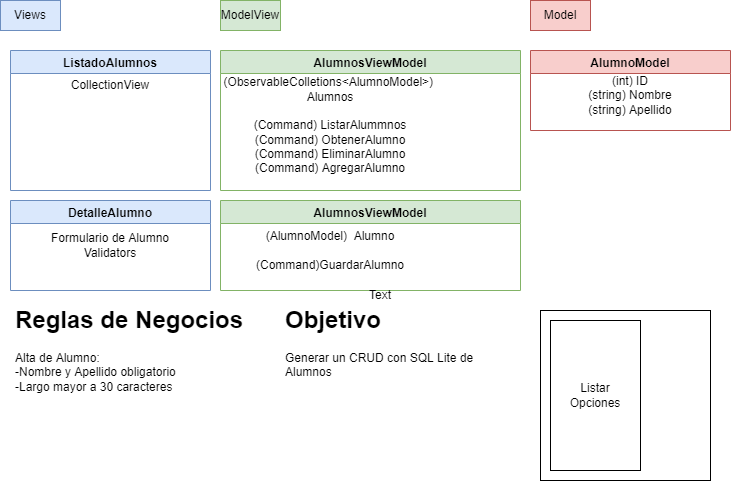
maurobernal/netmaui keeps this draw.io diagram as NetMAUI_Clase6_Crud_SQLLite/Diagram.drawio.png. Above is the earlier version. Source tidied: cells renumbered, new cells last; positions are measured from the earlier drawing's top-left corner, leaving out a move shared by most shapes.
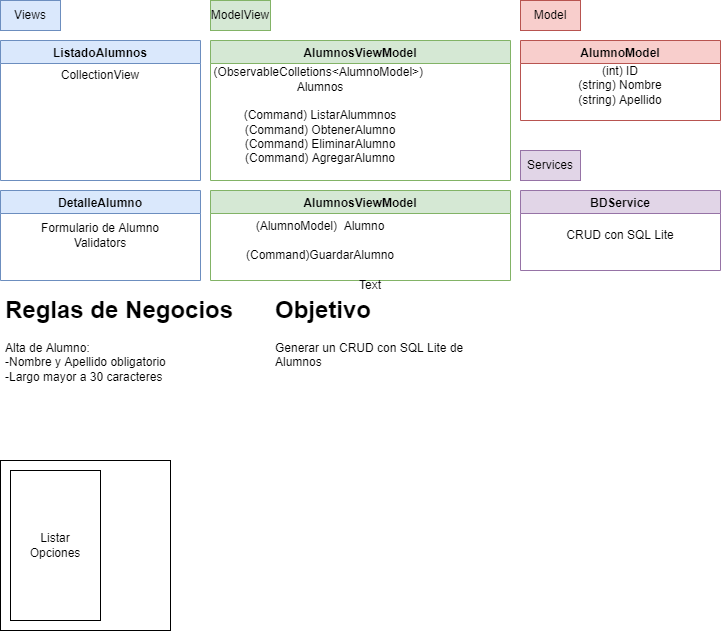
Later version of the same file.

Change to the diagram source:
```diff
@@ -15,13 +15,13 @@
       <mxGeometry x="20" y="20" width="180" height="110" as="geometry" />
     </mxCell>
     <mxCell id="6" value="Views" style="text;html=1;strokeColor=#6c8ebf;fillColor=#dae8fc;align=center;verticalAlign=middle;whiteSpace=wrap;rounded=0;" parent="1" vertex="1">
-      <mxGeometry width="60" height="30" as="geometry" />
+      <mxGeometry x="10" y="10" width="60" height="30" as="geometry" />
     </mxCell>
     <mxCell id="7" value="ModelView" style="text;html=1;strokeColor=#82b366;fillColor=#d5e8d4;align=center;verticalAlign=middle;whiteSpace=wrap;rounded=0;" parent="1" vertex="1">
-      <mxGeometry x="220" width="60" height="30" as="geometry" />
+      <mxGeometry x="220" y="10" width="60" height="30" as="geometry" />
     </mxCell>
     <mxCell id="8" value="Model" style="text;html=1;strokeColor=#b85450;fillColor=#f8cecc;align=center;verticalAlign=middle;whiteSpace=wrap;rounded=0;" parent="1" vertex="1">
-      <mxGeometry x="530" width="60" height="30" as="geometry" />
+      <mxGeometry x="530" y="10" width="60" height="30" as="geometry" />
     </mxCell>
     <mxCell id="9" value="AlumnoModel" style="swimlane;fillColor=#f8cecc;strokeColor=#b85450;" parent="1" vertex="1">
       <mxGeometry x="530" y="50" width="200" height="80" as="geometry" />
@@ -48,13 +48,22 @@
       <mxGeometry x="10" y="300" width="270" height="120" as="geometry" />
     </mxCell>
     <mxCell id="17" style="whiteSpace=wrap;html=1;" parent="1" vertex="1">
-      <mxGeometry x="540" y="310" width="170" height="170" as="geometry" />
+      <mxGeometry x="10" y="470" width="170" height="170" as="geometry" />
     </mxCell>
     <mxCell id="18" value="Listar&lt;br&gt;Opciones" style="rounded=0;whiteSpace=wrap;html=1;" parent="1" vertex="1">
-      <mxGeometry x="550" y="320" width="90" height="150" as="geometry" />
+      <mxGeometry x="20" y="480" width="90" height="150" as="geometry" />
     </mxCell>
     <mxCell id="19" value="Text" style="text;html=1;strokeColor=none;fillColor=none;align=center;verticalAlign=middle;whiteSpace=wrap;rounded=0;" parent="1" vertex="1">
       <mxGeometry x="350" y="280" width="60" height="30" as="geometry" />
     </mxCell>
+    <mxCell id="20" value="Services" style="text;html=1;strokeColor=#9673a6;fillColor=#e1d5e7;align=center;verticalAlign=middle;whiteSpace=wrap;rounded=0;" parent="1" vertex="1">
+      <mxGeometry x="530" y="160" width="60" height="30" as="geometry" />
+    </mxCell>
+    <mxCell id="21" value="BDService" style="swimlane;fillColor=#e1d5e7;strokeColor=#9673a6;" parent="1" vertex="1">
+      <mxGeometry x="530" y="200" width="200" height="80" as="geometry" />
+    </mxCell>
+    <mxCell id="22" value="CRUD con SQL Lite" style="text;html=1;strokeColor=none;fillColor=none;align=center;verticalAlign=middle;whiteSpace=wrap;rounded=0;" parent="21" vertex="1">
+      <mxGeometry x="10" y="30" width="180" height="30" as="geometry" />
+    </mxCell>
   </root>
 </mxGraphModel>
```
